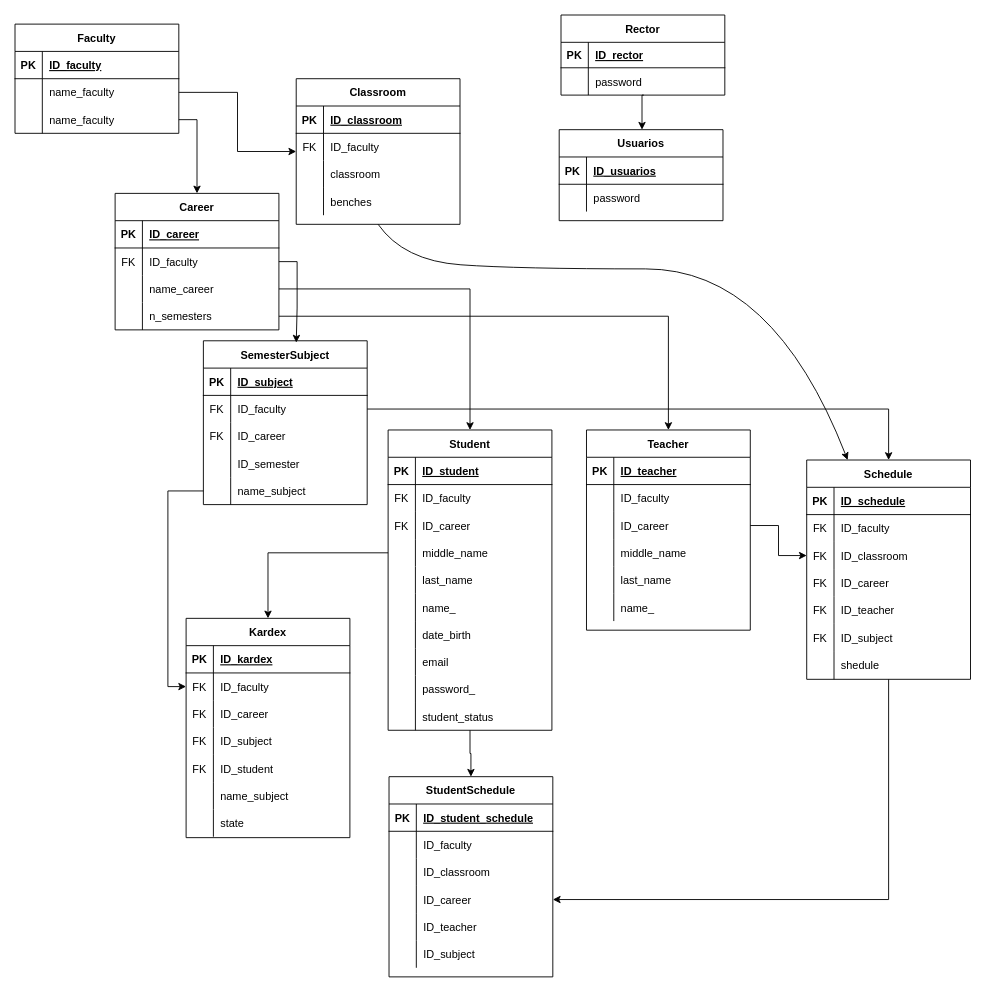
The draw.io diagram UANL.drawio in miguelrang/InscripcionHorarioSIASE-UANL-SIMULACION-1.0, before the edit. Source tidied: cells renumbered, new cells numbered last; positions are measured from the earlier drawing's top-left corner, leaving out a move shared by most shapes. Both pictures are drawn from the tidied source at 91%, with x=0, y=0 at pixel (15, 15).
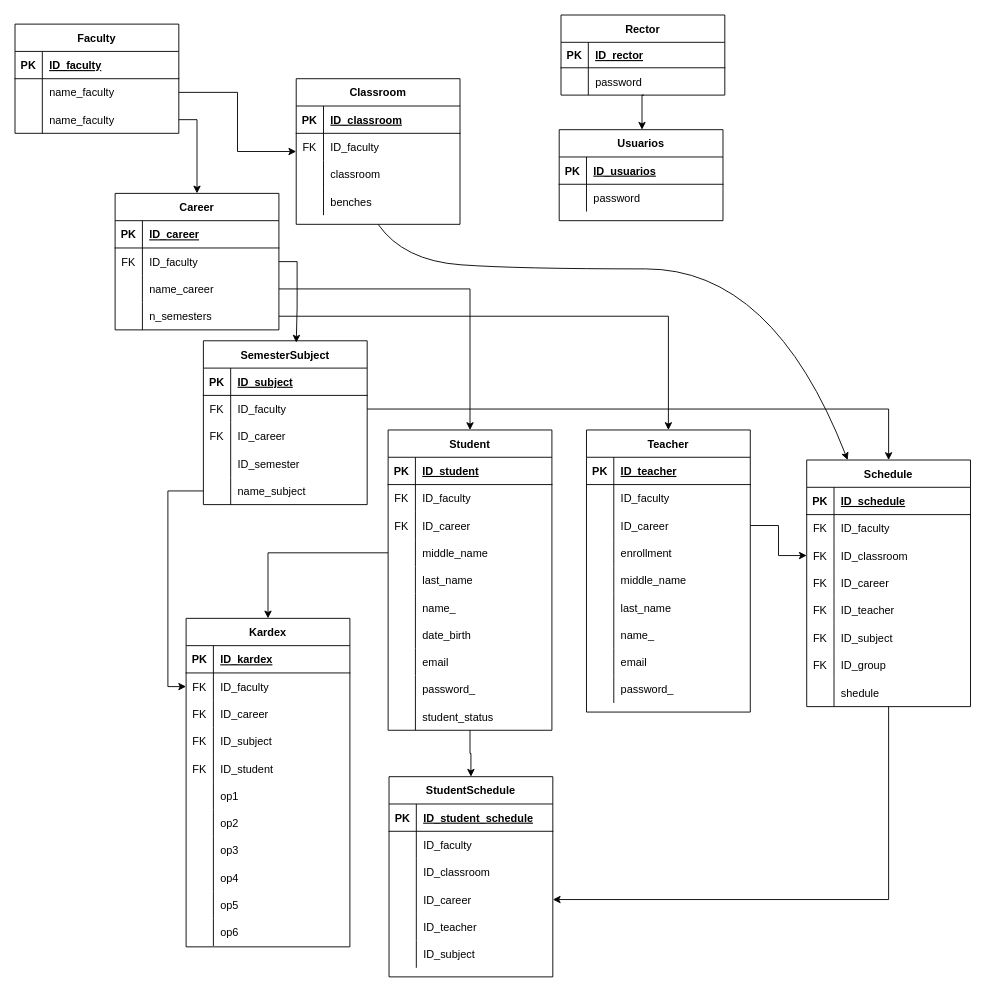
The same diagram, later.

The change refers to these unchanged cells:
```xml
<mxCell id="128" style="shape=tableRow;horizontal=0;startSize=0;swimlaneHead=0;swimlaneBody=0;fillColor=none;top=0;left=0;right=0;bottom=0;" parent="112" vertex="1">
  <mxGeometry y="180" width="180" height="30" as="geometry" />
</mxCell>
<mxCell id="131" style="shape=tableRow;horizontal=0;startSize=0;swimlaneHead=0;swimlaneBody=0;fillColor=none;top=0;left=0;right=0;bottom=0;" parent="112" vertex="1">
  <mxGeometry y="210" width="180" height="30" as="geometry" />
</mxCell>
```

What changed in the source:
```diff
@@
     <mxCell id="89" value="Schedule" style="shape=table;startSize=30;childLayout=tableLayout;rowLines=0;fontStyle=1;align=center;" parent="1" vertex="1">
-      <mxGeometry x="870" y="489" width="180" height="241" as="geometry" />
+      <mxGeometry x="870" y="489" width="180" height="271" as="geometry" />
     </mxCell>
@@
+    <mxCell id="194" style="shape=tableRow;horizontal=0;startSize=0;swimlaneHead=0;swimlaneBody=0;fillColor=none;top=0;left=0;right=0;bottom=0;" parent="89" vertex="1">
+      <mxGeometry y="210" width="180" height="30" as="geometry" />
+    </mxCell>
+    <mxCell id="195" value="FK" style="shape=partialRectangle;fillColor=none;top=0;left=0;bottom=0;right=0;overflow=hidden;" parent="194" vertex="1">
+      <mxGeometry width="30" height="30" as="geometry" />
+    </mxCell>
+    <mxCell id="196" value="ID_group" style="shape=partialRectangle;fillColor=none;top=0;left=0;bottom=0;right=0;align=left;spacingLeft=6;overflow=hidden;" parent="194" vertex="1">
+      <mxGeometry x="30" width="150" height="30" as="geometry" />
+    </mxCell>
     <mxCell id="108" style="shape=tableRow;horizontal=0;startSize=0;swimlaneHead=0;swimlaneBody=0;fillColor=none;top=0;left=0;right=0;bottom=0;" parent="89" vertex="1">
-      <mxGeometry y="210" width="180" height="31" as="geometry" />
+      <mxGeometry y="240" width="180" height="31" as="geometry" />
     </mxCell>
@@
     <mxCell id="112" value="Kardex" style="shape=table;startSize=30;childLayout=tableLayout;rowLines=0;fontStyle=1;align=center;" parent="1" vertex="1">
-      <mxGeometry x="188" y="663" width="180" height="241" as="geometry" />
+      <mxGeometry x="188" y="663" width="180" height="361" as="geometry" />
     </mxCell>
@@
-    <mxCell id="130" value="name_subject" style="shape=partialRectangle;fillColor=none;top=0;left=0;bottom=0;right=0;align=left;spacingLeft=6;overflow=hidden;" parent="128" vertex="1">
+    <mxCell id="130" value="op1" style="shape=partialRectangle;fillColor=none;top=0;left=0;bottom=0;right=0;align=left;spacingLeft=6;overflow=hidden;" parent="128" vertex="1">
       <mxGeometry x="30" width="150" height="30" as="geometry" />
     </mxCell>
@@
-    <mxCell id="133" value="state" style="shape=partialRectangle;fillColor=none;top=0;left=0;bottom=0;right=0;align=left;spacingLeft=6;overflow=hidden;" parent="131" vertex="1">
+    <mxCell id="133" value="op2" style="shape=partialRectangle;fillColor=none;top=0;left=0;bottom=0;right=0;align=left;spacingLeft=6;overflow=hidden;" parent="131" vertex="1">
       <mxGeometry x="30" width="150" height="30" as="geometry" />
     </mxCell>
+    <mxCell id="197" style="shape=tableRow;horizontal=0;startSize=0;swimlaneHead=0;swimlaneBody=0;fillColor=none;top=0;left=0;right=0;bottom=0;" parent="112" vertex="1">
+      <mxGeometry y="240" width="180" height="30" as="geometry" />
+    </mxCell>
+    <mxCell id="198" style="shape=partialRectangle;fillColor=none;top=0;left=0;bottom=0;right=0;overflow=hidden;" parent="197" vertex="1">
+      <mxGeometry width="30" height="30" as="geometry" />
+    </mxCell>
+    <mxCell id="199" value="op3" style="shape=partialRectangle;fillColor=none;top=0;left=0;bottom=0;right=0;align=left;spacingLeft=6;overflow=hidden;" parent="197" vertex="1">
+      <mxGeometry x="30" width="150" height="30" as="geometry" />
+    </mxCell>
+    <mxCell id="200" style="shape=tableRow;horizontal=0;startSize=0;swimlaneHead=0;swimlaneBody=0;fillColor=none;top=0;left=0;right=0;bottom=0;" parent="112" vertex="1">
+      <mxGeometry y="270" width="180" height="30" as="geometry" />
+    </mxCell>
+    <mxCell id="201" style="shape=partialRectangle;fillColor=none;top=0;left=0;bottom=0;right=0;overflow=hidden;" parent="200" vertex="1">
+      <mxGeometry width="30" height="30" as="geometry" />
+    </mxCell>
+    <mxCell id="202" value="op4" style="shape=partialRectangle;fillColor=none;top=0;left=0;bottom=0;right=0;align=left;spacingLeft=6;overflow=hidden;" parent="200" vertex="1">
+      <mxGeometry x="30" width="150" height="30" as="geometry" />
+    </mxCell>
+    <mxCell id="203" style="shape=tableRow;horizontal=0;startSize=0;swimlaneHead=0;swimlaneBody=0;fillColor=none;top=0;left=0;right=0;bottom=0;" parent="112" vertex="1">
+      <mxGeometry y="300" width="180" height="30" as="geometry" />
+    </mxCell>
+    <mxCell id="204" style="shape=partialRectangle;fillColor=none;top=0;left=0;bottom=0;right=0;overflow=hidden;" parent="203" vertex="1">
+      <mxGeometry width="30" height="30" as="geometry" />
+    </mxCell>
+    <mxCell id="205" value="op5" style="shape=partialRectangle;fillColor=none;top=0;left=0;bottom=0;right=0;align=left;spacingLeft=6;overflow=hidden;" parent="203" vertex="1">
+      <mxGeometry x="30" width="150" height="30" as="geometry" />
+    </mxCell>
+    <mxCell id="206" style="shape=tableRow;horizontal=0;startSize=0;swimlaneHead=0;swimlaneBody=0;fillColor=none;top=0;left=0;right=0;bottom=0;" parent="112" vertex="1">
+      <mxGeometry y="330" width="180" height="30" as="geometry" />
+    </mxCell>
+    <mxCell id="207" style="shape=partialRectangle;fillColor=none;top=0;left=0;bottom=0;right=0;overflow=hidden;" parent="206" vertex="1">
+      <mxGeometry width="30" height="30" as="geometry" />
+    </mxCell>
+    <mxCell id="208" value="op6" style="shape=partialRectangle;fillColor=none;top=0;left=0;bottom=0;right=0;align=left;spacingLeft=6;overflow=hidden;" parent="206" vertex="1">
+      <mxGeometry x="30" width="150" height="30" as="geometry" />
+    </mxCell>
@@
     <mxCell id="152" value="Teacher" style="shape=table;startSize=30;childLayout=tableLayout;rowLines=0;fontStyle=1;align=center;" parent="1" vertex="1">
-      <mxGeometry x="628" y="456" width="180" height="220" as="geometry" />
+      <mxGeometry x="628" y="456" width="180" height="310" as="geometry" />
     </mxCell>
@@
+    <mxCell id="209" style="shape=tableRow;horizontal=0;startSize=0;swimlaneHead=0;swimlaneBody=0;fillColor=none;top=0;left=0;right=0;bottom=0;" parent="152" vertex="1">
+      <mxGeometry y="120" width="180" height="30" as="geometry" />
+    </mxCell>
+    <mxCell id="210" style="shape=partialRectangle;fillColor=none;top=0;left=0;bottom=0;right=0;overflow=hidden;" parent="209" vertex="1">
+      <mxGeometry width="30" height="30" as="geometry" />
+    </mxCell>
+    <mxCell id="211" value="enrollment" style="shape=partialRectangle;fillColor=none;top=0;left=0;bottom=0;right=0;align=left;spacingLeft=6;overflow=hidden;" parent="209" vertex="1">
+      <mxGeometry x="30" width="150" height="30" as="geometry" />
+    </mxCell>
     <mxCell id="162" style="shape=tableRow;horizontal=0;startSize=0;swimlaneHead=0;swimlaneBody=0;fillColor=none;top=0;left=0;right=0;bottom=0;" parent="152" vertex="1">
-      <mxGeometry y="120" width="180" height="30" as="geometry" />
+      <mxGeometry y="150" width="180" height="30" as="geometry" />
     </mxCell>
@@
     <mxCell id="165" style="shape=tableRow;horizontal=0;startSize=0;swimlaneHead=0;swimlaneBody=0;fillColor=none;top=0;left=0;right=0;bottom=0;" parent="152" vertex="1">
-      <mxGeometry y="150" width="180" height="30" as="geometry" />
+      <mxGeometry y="180" width="180" height="30" as="geometry" />
     </mxCell>
@@
     <mxCell id="168" style="shape=tableRow;horizontal=0;startSize=0;swimlaneHead=0;swimlaneBody=0;fillColor=none;top=0;left=0;right=0;bottom=0;" parent="152" vertex="1">
-      <mxGeometry y="180" width="180" height="30" as="geometry" />
+      <mxGeometry y="210" width="180" height="30" as="geometry" />
     </mxCell>
@@
+    <mxCell id="212" style="shape=tableRow;horizontal=0;startSize=0;swimlaneHead=0;swimlaneBody=0;fillColor=none;top=0;left=0;right=0;bottom=0;" parent="152" vertex="1">
+      <mxGeometry y="240" width="180" height="30" as="geometry" />
+    </mxCell>
+    <mxCell id="213" style="shape=partialRectangle;fillColor=none;top=0;left=0;bottom=0;right=0;overflow=hidden;" parent="212" vertex="1">
+      <mxGeometry width="30" height="30" as="geometry" />
+    </mxCell>
+    <mxCell id="214" value="email" style="shape=partialRectangle;fillColor=none;top=0;left=0;bottom=0;right=0;align=left;spacingLeft=6;overflow=hidden;" parent="212" vertex="1">
+      <mxGeometry x="30" width="150" height="30" as="geometry" />
+    </mxCell>
+    <mxCell id="215" style="shape=tableRow;horizontal=0;startSize=0;swimlaneHead=0;swimlaneBody=0;fillColor=none;top=0;left=0;right=0;bottom=0;" parent="152" vertex="1">
+      <mxGeometry y="270" width="180" height="30" as="geometry" />
+    </mxCell>
+    <mxCell id="216" style="shape=partialRectangle;fillColor=none;top=0;left=0;bottom=0;right=0;overflow=hidden;" parent="215" vertex="1">
+      <mxGeometry width="30" height="30" as="geometry" />
+    </mxCell>
+    <mxCell id="217" value="password_" style="shape=partialRectangle;fillColor=none;top=0;left=0;bottom=0;right=0;align=left;spacingLeft=6;overflow=hidden;" parent="215" vertex="1">
+      <mxGeometry x="30" width="150" height="30" as="geometry" />
+    </mxCell>
```
